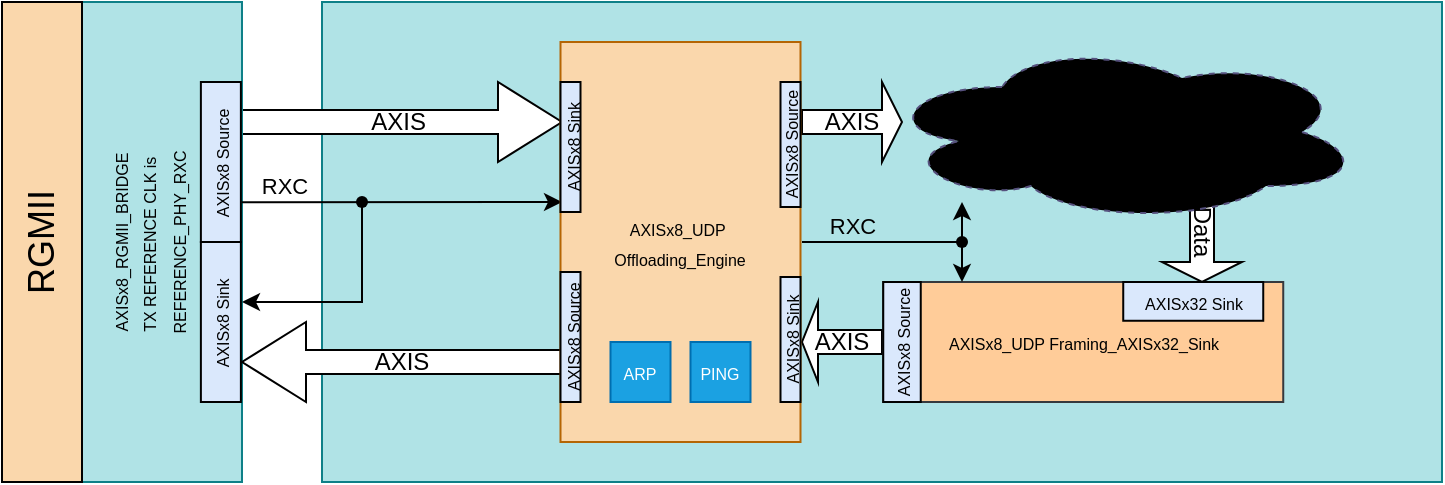
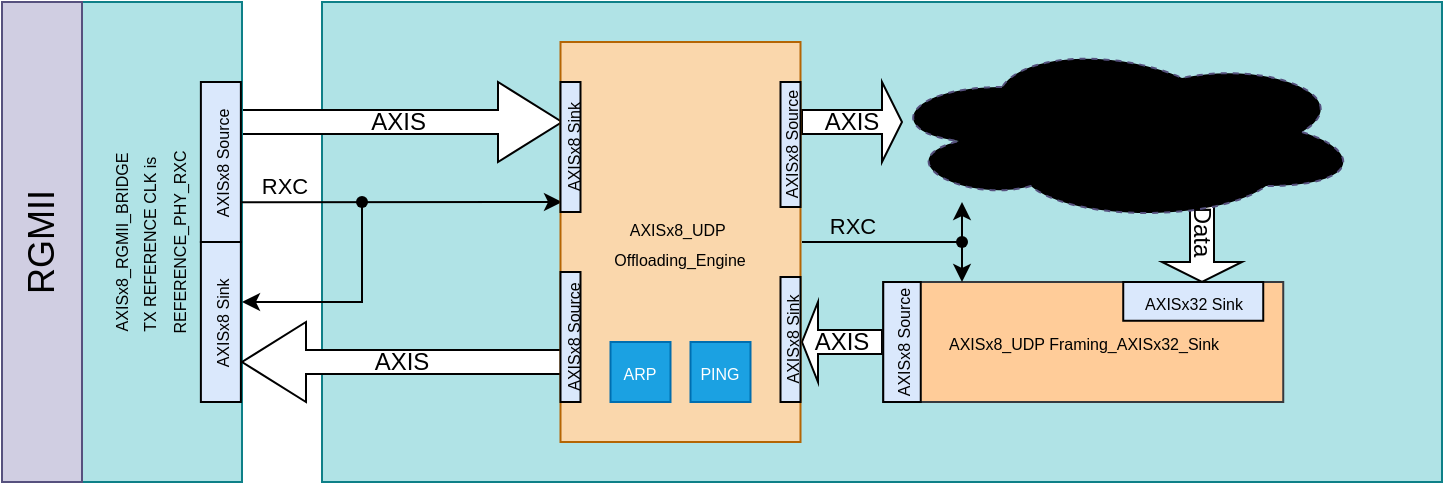
<mxfile host="Electron" agent="Mozilla/5.0 (Windows NT 10.0; Win64; x64) AppleWebKit/537.36 (KHTML, like Gecko) Chrome/147.0.0.0 Safari/537.36 OPR/131.0.0.0">
  <diagram name="Page-1" id="g0-s9DwC3oRhXUgsUFM5">
-     <mxGraphModel dx="975" dy="586" grid="1" gridSize="10" guides="1" tooltips="1" connect="1" arrows="1" fold="1" page="1" pageScale="1" pageWidth="827" pageHeight="1169" math="0" shadow="0">
+     <mxGraphModel dx="1414" dy="849" grid="1" gridSize="10" guides="1" tooltips="1" connect="1" arrows="1" fold="1" page="1" pageScale="1" pageWidth="827" pageHeight="1169" math="0" shadow="0">
      <root>
        <mxCell id="0" />
        <mxCell id="1" parent="0" />
        <mxCell id="l-Vy5mzzBIYiazb95XEs-126" parent="1" style="rounded=0;whiteSpace=wrap;html=1;fillColor=#b0e3e6;strokeColor=#0e8088;" value="" vertex="1">
          <mxGeometry height="240" width="560" x="200" y="880" as="geometry" />
        </mxCell>
        <mxCell id="l-Vy5mzzBIYiazb95XEs-80" parent="1" style="shape=singleArrow;whiteSpace=wrap;html=1;rotation=90;" value="&lt;div&gt;Data&lt;/div&gt;" vertex="1">
          <mxGeometry height="40" width="50" x="615" y="975" as="geometry" />
        </mxCell>
        <mxCell id="l-Vy5mzzBIYiazb95XEs-81" parent="1" style="shape=singleArrow;whiteSpace=wrap;html=1;" value="AXIS&amp;nbsp;" vertex="1">
          <mxGeometry height="40" width="160" x="160" y="920" as="geometry" />
        </mxCell>
        <mxCell id="l-Vy5mzzBIYiazb95XEs-82" parent="1" style="ellipse;shape=cloud;whiteSpace=wrap;html=1;align=center;fillColor=#d0cee2;strokeColor=#56517e;dashed=1;gradientColor=light-dark(#7EA6E0,#436697);gradientDirection=radial;" value="Logic" vertex="1">
          <mxGeometry height="90" width="240" x="480" y="900" as="geometry" />
        </mxCell>
        <mxCell id="l-Vy5mzzBIYiazb95XEs-84" parent="1" style="rounded=0;whiteSpace=wrap;html=1;fillColor=#b0e3e6;strokeColor=#0e8088;rotation=-90;" value="&lt;span style=&quot;font-size: 8px;&quot;&gt;AXISx8_RGMII_BRIDGE&lt;/span&gt;&lt;div&gt;&lt;span style=&quot;font-size: 8px;&quot;&gt;TX REFERENCE CLK is&amp;nbsp;&lt;/span&gt;&lt;/div&gt;&lt;div&gt;&lt;span style=&quot;font-size: 8px;&quot;&gt;REFERENCE_PHY_RXC&lt;/span&gt;&lt;/div&gt;&lt;div&gt;&lt;span style=&quot;font-size: 8px;&quot;&gt;&lt;br&gt;&lt;/span&gt;&lt;/div&gt;" vertex="1">
          <mxGeometry height="80" width="240" y="960" as="geometry" />
        </mxCell>
        <mxCell id="l-Vy5mzzBIYiazb95XEs-87" parent="1" style="shape=singleArrow;whiteSpace=wrap;html=1;" value="AXIS" vertex="1">
          <mxGeometry height="40" width="50" x="440" y="920" as="geometry" />
        </mxCell>
        <mxCell id="l-Vy5mzzBIYiazb95XEs-88" parent="1" style="shape=singleArrow;direction=west;whiteSpace=wrap;html=1;" value="AXIS" vertex="1">
          <mxGeometry height="40" width="40" x="440" y="1030" as="geometry" />
        </mxCell>
        <mxCell id="l-Vy5mzzBIYiazb95XEs-91" edge="1" parent="1" style="endArrow=classic;html=1;rounded=0;" value="">
          <mxGeometry height="50" relative="1" width="50" as="geometry">
            <Array as="points" />
            <mxPoint x="520" y="980" as="sourcePoint" />
            <mxPoint x="520" y="980" as="targetPoint" />
          </mxGeometry>
        </mxCell>
        <mxCell id="l-Vy5mzzBIYiazb95XEs-104" parent="1" style="rounded=0;whiteSpace=wrap;html=1;fillColor=#dae8fc;strokeColor=#000000;rotation=-90;" value="&lt;span style=&quot;font-size: 8px;&quot;&gt;AXISx8 Sink&lt;/span&gt;" vertex="1">
          <mxGeometry height="20" width="80" x="109.44" y="1030" as="geometry" />
        </mxCell>
        <mxCell id="l-Vy5mzzBIYiazb95XEs-105" parent="1" style="rounded=0;whiteSpace=wrap;html=1;fillColor=#dae8fc;strokeColor=#000000;rotation=-90;" value="&lt;span style=&quot;font-size: 8px;&quot;&gt;AXISx8 Source&lt;/span&gt;" vertex="1">
          <mxGeometry height="20" width="80" x="109.44" y="950" as="geometry" />
        </mxCell>
        <mxCell id="l-Vy5mzzBIYiazb95XEs-110" connectable="0" parent="1" style="edgeLabel;html=1;align=center;verticalAlign=bottom;resizable=0;points=[];labelBackgroundColor=none;labelBorderColor=none;labelPosition=center;verticalLabelPosition=top;fillColor=none;" value="RXC" vertex="1">
          <mxGeometry x="465" y="1000" as="geometry" />
        </mxCell>
        <mxCell id="l-Vy5mzzBIYiazb95XEs-113" edge="1" parent="1" style="endArrow=none;html=1;rounded=0;" value="">
          <mxGeometry height="50" relative="1" width="50" as="geometry">
            <mxPoint x="300" y="1060" as="sourcePoint" />
            <mxPoint x="300" y="1060" as="targetPoint" />
          </mxGeometry>
        </mxCell>
        <mxCell id="l-Vy5mzzBIYiazb95XEs-114" edge="1" parent="1" style="endArrow=none;html=1;rounded=0;" value="">
          <mxGeometry height="50" relative="1" width="50" as="geometry">
            <mxPoint x="300" y="1090" as="sourcePoint" />
            <mxPoint x="300" y="1090" as="targetPoint" />
          </mxGeometry>
        </mxCell>
        <mxCell id="l-Vy5mzzBIYiazb95XEs-119" parent="1" style="shape=singleArrow;direction=west;whiteSpace=wrap;html=1;" value="AXIS" vertex="1">
          <mxGeometry height="40" width="160" x="160" y="1040" as="geometry" />
        </mxCell>
        <mxCell id="l-Vy5mzzBIYiazb95XEs-121" edge="1" parent="1" style="endArrow=classic;html=1;rounded=0;" value="">
          <mxGeometry height="50" relative="1" width="50" as="geometry">
            <Array as="points">
              <mxPoint x="220" y="1030" />
            </Array>
            <mxPoint x="220" y="980" as="sourcePoint" />
            <mxPoint x="160" y="1030" as="targetPoint" />
          </mxGeometry>
        </mxCell>
        <mxCell id="l-Vy5mzzBIYiazb95XEs-131" edge="1" parent="1" style="endArrow=classic;html=1;rounded=0;exitX=1;exitY=0.4;exitDx=0;exitDy=0;exitPerimeter=0;labelPosition=center;verticalLabelPosition=top;align=center;verticalAlign=bottom;entryX=0.25;entryY=0;entryDx=0;entryDy=0;" value="">
          <mxGeometry height="50" relative="1" width="50" as="geometry">
            <Array as="points" />
            <mxPoint x="160" y="980.1700000000001" as="sourcePoint" />
            <mxPoint x="320" y="980" as="targetPoint" />
          </mxGeometry>
        </mxCell>
        <mxCell id="l-Vy5mzzBIYiazb95XEs-132" connectable="0" parent="l-Vy5mzzBIYiazb95XEs-131" style="edgeLabel;html=1;align=center;verticalAlign=bottom;resizable=0;points=[];labelBackgroundColor=none;labelBorderColor=none;labelPosition=center;verticalLabelPosition=top;" value="RXC" vertex="1">
          <mxGeometry relative="1" x="-0.695" y="-1" as="geometry">
            <mxPoint x="-4" y="-1" as="offset" />
          </mxGeometry>
        </mxCell>
        <mxCell id="l-Vy5mzzBIYiazb95XEs-133" parent="1" style="shape=waypoint;sketch=0;fillStyle=solid;size=6;pointerEvents=1;points=[];fillColor=none;resizable=0;rotatable=0;perimeter=centerPerimeter;snapToPoint=1;" value="" vertex="1">
          <mxGeometry height="20" width="20" x="210" y="970" as="geometry" />
        </mxCell>
-         <mxCell id="KEg-0OEKTg1LhKuI-4BB-1" parent="1" style="rounded=0;whiteSpace=wrap;html=1;fillColor=#fad7ac;strokeColor=#000000;rotation=-90;" value="&lt;span style=&quot;font-size: 18px;&quot;&gt;RGMII&lt;/span&gt;" vertex="1">
+         <mxCell id="KEg-0OEKTg1LhKuI-4BB-1" parent="1" style="rounded=0;whiteSpace=wrap;html=1;fillColor=#d0cee2;strokeColor=#56517e;rotation=-90;" value="&lt;span style=&quot;font-size: 18px;&quot;&gt;RGMII&lt;/span&gt;" vertex="1">
          <mxGeometry height="40" width="240" x="-59.99999999999999" y="980" as="geometry" />
        </mxCell>
        <mxCell id="RrWpHngyIq7_UeNYNdi2-9" parent="1" style="rounded=0;whiteSpace=wrap;html=1;fillColor=#fad7ac;strokeColor=#b46504;" value="&lt;span style=&quot;font-size: 8px;&quot;&gt;AXISx8_UDP&amp;nbsp;&lt;/span&gt;&lt;div&gt;&lt;span style=&quot;font-size: 8px;&quot;&gt;Offloading_Engine&lt;/span&gt;&lt;/div&gt;" vertex="1">
          <mxGeometry height="200" width="120" x="319.25" y="900" as="geometry" />
        </mxCell>
        <mxCell id="RrWpHngyIq7_UeNYNdi2-10" parent="1" style="rounded=0;whiteSpace=wrap;html=1;fillColor=#dae8fc;strokeColor=#000000;rotation=-90;verticalAlign=middle;" value="&lt;span style=&quot;font-size: 8px;&quot;&gt;AXISx8&lt;/span&gt;&lt;span style=&quot;font-size: 8px;&quot;&gt; Sink&lt;/span&gt;" vertex="1">
          <mxGeometry height="10" width="65" x="291.75" y="947.5" as="geometry" />
        </mxCell>
        <mxCell id="RrWpHngyIq7_UeNYNdi2-11" parent="1" style="rounded=0;whiteSpace=wrap;html=1;fillColor=#dae8fc;strokeColor=#000000;rotation=-90;" value="&lt;span style=&quot;font-size: 8px;&quot;&gt;AXISx8 Source&lt;/span&gt;" vertex="1">
          <mxGeometry height="10" width="65" x="291.75" y="1042.5" as="geometry" />
        </mxCell>
        <mxCell id="RrWpHngyIq7_UeNYNdi2-12" parent="1" style="rounded=0;whiteSpace=wrap;html=1;fillColor=#dae8fc;strokeColor=#000000;rotation=-90;" value="&lt;span style=&quot;font-size: 8px;&quot;&gt;AXISx8 Source&lt;/span&gt;" vertex="1">
          <mxGeometry height="10" width="62.5" x="403" y="946.25" as="geometry" />
        </mxCell>
        <mxCell id="RrWpHngyIq7_UeNYNdi2-13" parent="1" style="rounded=0;whiteSpace=wrap;html=1;fillColor=#dae8fc;strokeColor=#000000;rotation=-90;" value="&lt;span style=&quot;font-size: 8px;&quot;&gt;AXISx8&lt;/span&gt;&lt;span style=&quot;font-size: 8px;&quot;&gt; Sink&lt;/span&gt;" vertex="1">
          <mxGeometry height="10" width="62.5" x="403" y="1043.75" as="geometry" />
        </mxCell>
        <mxCell id="RrWpHngyIq7_UeNYNdi2-14" parent="1" style="rounded=0;whiteSpace=wrap;html=1;fillColor=#1ba1e2;strokeColor=#006EAF;rotation=0;fontColor=#ffffff;" value="&lt;span style=&quot;font-size: 8px;&quot;&gt;PING&lt;/span&gt;" vertex="1">
          <mxGeometry height="30" width="30" x="384.25" y="1050" as="geometry" />
        </mxCell>
        <mxCell id="RrWpHngyIq7_UeNYNdi2-15" parent="1" style="rounded=0;whiteSpace=wrap;html=1;fillColor=#1ba1e2;strokeColor=#006EAF;rotation=0;fontColor=#ffffff;" value="&lt;span style=&quot;font-size: 8px;&quot;&gt;ARP&lt;/span&gt;" vertex="1">
          <mxGeometry height="30" width="30" x="344.25" y="1050" as="geometry" />
        </mxCell>
        <mxCell id="RrWpHngyIq7_UeNYNdi2-16" parent="1" style="rounded=0;whiteSpace=wrap;html=1;fillColor=#ffcc99;strokeColor=#36393d;" value="&lt;span style=&quot;font-size: 8px;&quot;&gt;AXISx8_UDP Framing_AXISx32_Sink&lt;/span&gt;" vertex="1">
          <mxGeometry height="60" width="200" x="480.62" y="1020" as="geometry" />
        </mxCell>
        <mxCell id="RrWpHngyIq7_UeNYNdi2-17" parent="1" style="rounded=0;whiteSpace=wrap;html=1;fillColor=#dae8fc;strokeColor=#000000;rotation=-90;fontSize=12;" value="&lt;span style=&quot;font-size: 8px;&quot;&gt;AXISx8 Source&lt;/span&gt;" vertex="1">
          <mxGeometry height="18.75" width="60" x="460" y="1040.63" as="geometry" />
        </mxCell>
        <mxCell id="RrWpHngyIq7_UeNYNdi2-18" parent="1" style="rounded=0;whiteSpace=wrap;html=1;fillColor=#dae8fc;strokeColor=#000000;rotation=0;" value="&lt;span style=&quot;font-size: 8px;&quot;&gt;AXISx32 Sink&lt;/span&gt;" vertex="1">
          <mxGeometry height="19.38" width="70" x="600.62" y="1020" as="geometry" />
        </mxCell>
        <mxCell id="RrWpHngyIq7_UeNYNdi2-19" edge="1" parent="1" style="endArrow=none;html=1;rounded=0;" value="">
          <mxGeometry height="50" relative="1" width="50" as="geometry">
            <mxPoint x="440" y="1000" as="sourcePoint" />
            <mxPoint x="520" y="1000" as="targetPoint" />
          </mxGeometry>
        </mxCell>
        <mxCell id="RrWpHngyIq7_UeNYNdi2-20" edge="1" parent="1" style="endArrow=classic;html=1;rounded=0;exitX=0.197;exitY=1.003;exitDx=0;exitDy=0;exitPerimeter=0;entryX=0.2;entryY=0.002;entryDx=0;entryDy=0;entryPerimeter=0;endFill=1;startArrow=classic;startFill=1;" value="">
          <mxGeometry height="50" relative="1" width="50" as="geometry">
            <mxPoint x="520" y="980" as="sourcePoint" />
            <mxPoint x="520" y="1020" as="targetPoint" />
          </mxGeometry>
        </mxCell>
        <mxCell id="RrWpHngyIq7_UeNYNdi2-21" parent="1" style="shape=waypoint;sketch=0;fillStyle=solid;size=6;pointerEvents=1;points=[];fillColor=none;resizable=0;rotatable=0;perimeter=centerPerimeter;snapToPoint=1;" value="" vertex="1">
          <mxGeometry height="20" width="20" x="510" y="990" as="geometry" />
        </mxCell>
      </root>
    </mxGraphModel>
  </diagram>
</mxfile>
